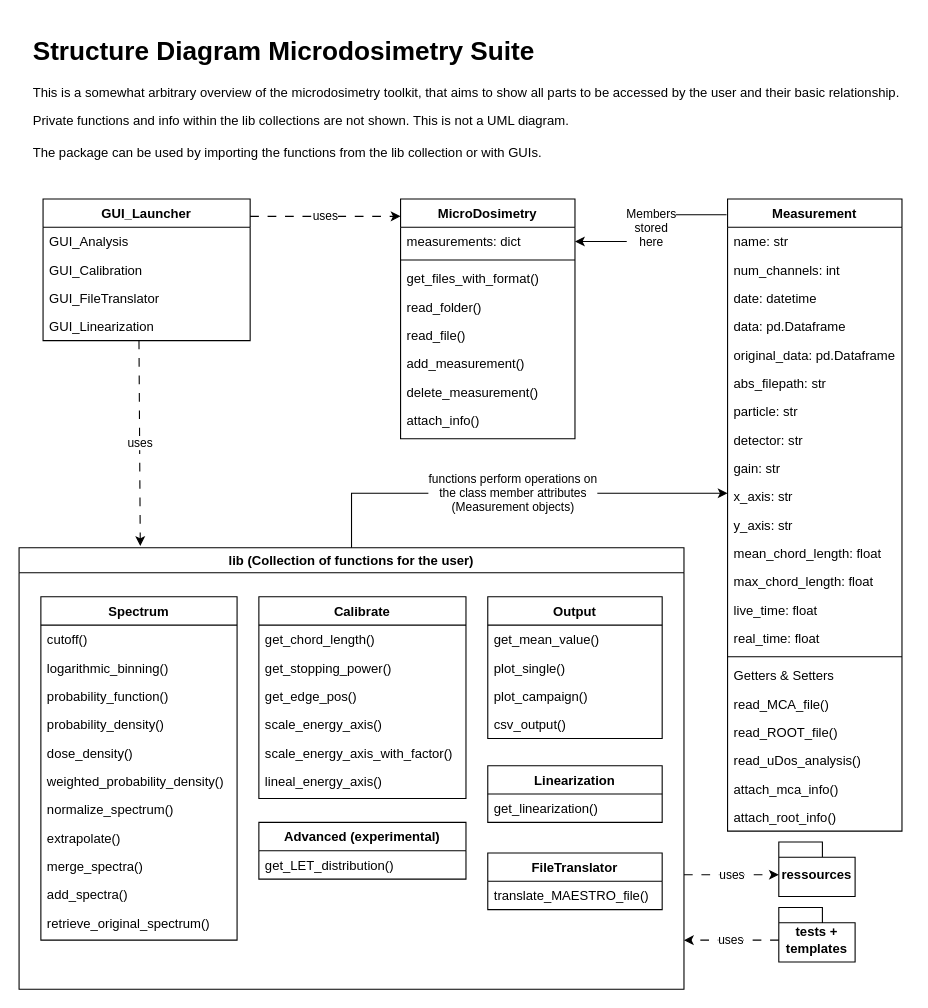
hiaslknopf/APFELmuS keeps this draw.io diagram as docs/structure_diagram.drawio. Above is the earlier version. Source tidied: cells renumbered, new cells numbered last; positions are measured from the earlier drawing's top-left corner, leaving out a move shared by most shapes. Both pictures are drawn from the tidied source at 109%, with x=0, y=0 at pixel (19, 29).
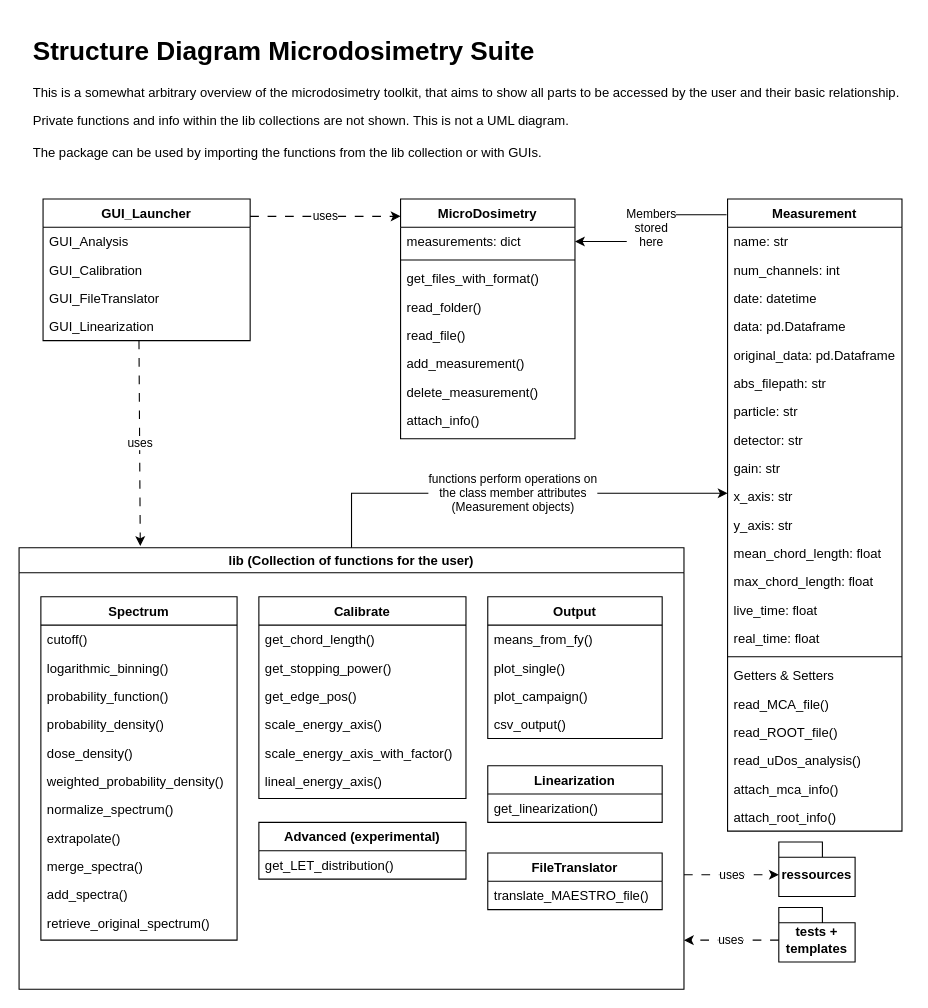
After the change.

Commit message (it also covers changes not shown here):
Properly implemented means calculation means_from_fy(); New testfunction for means calculation; Rewritten some comments

Unchanged cells that the change refers to:
```xml
<mxCell id="43" value="Output" style="swimlane;fontStyle=1;align=center;verticalAlign=top;horizontal=1;startSize=26;rounded=0;shadow=0;strokeWidth=1;" parent="35" vertex="1">
  <mxGeometry x="430" y="45" width="160" height="130" as="geometry" />
</mxCell>
```

Diff of the diagram source:
```diff
@@
-    <mxCell id="44" value="get_mean_value()" style="text;align=left;verticalAlign=top;spacingLeft=4;spacingRight=4;overflow=hidden;" parent="43" vertex="1">
+    <mxCell id="44" value="means_from_fy()" style="text;align=left;verticalAlign=top;spacingLeft=4;spacingRight=4;overflow=hidden;" parent="43" vertex="1">
       <mxGeometry y="26" width="160" height="26" as="geometry" />
     </mxCell>
```
